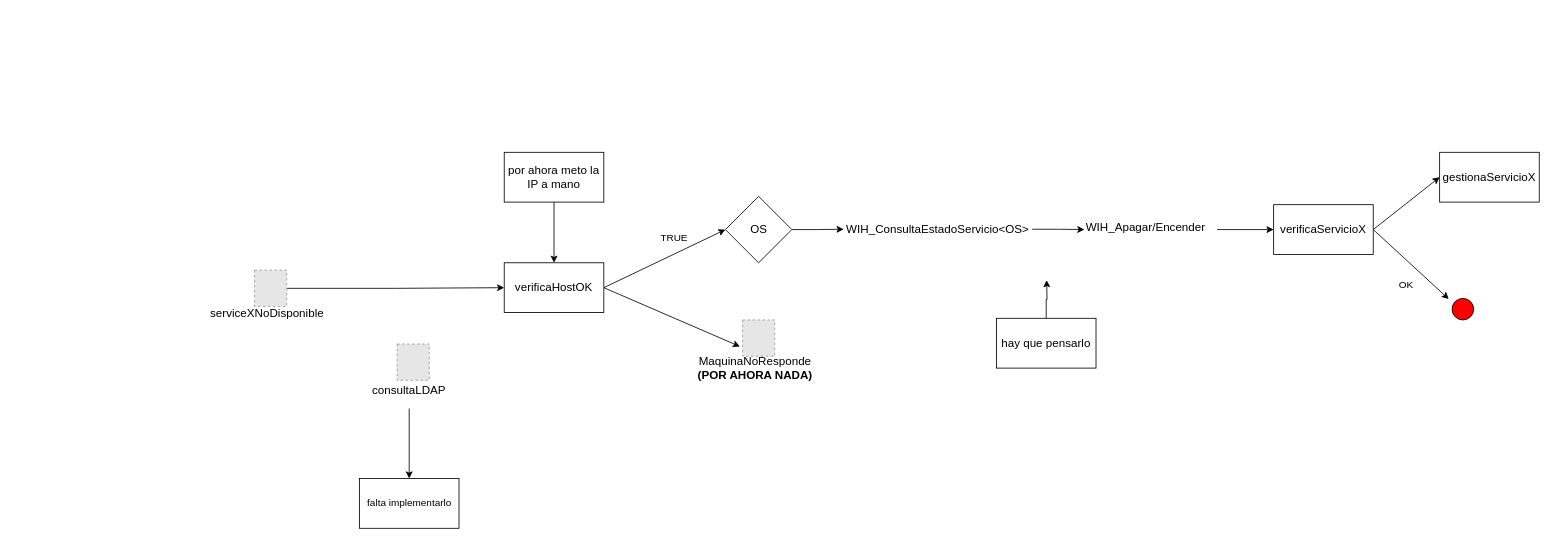
MarianaReyesH/gestionRed keeps this draw.io diagram as page "serviceXNoDisponible" (2 of 3) of esquemaProcesos.drawio. Above is the earlier version. Source tidied: cells renumbered, new cells numbered last; positions are measured from the earlier drawing's top-left corner, leaving out a move shared by most shapes. Both pictures are drawn from the tidied source at 83%, with x=0, y=0 at pixel (203, 152). Pictures stored in the file or linked from it are replaced by grey dashed boxes.
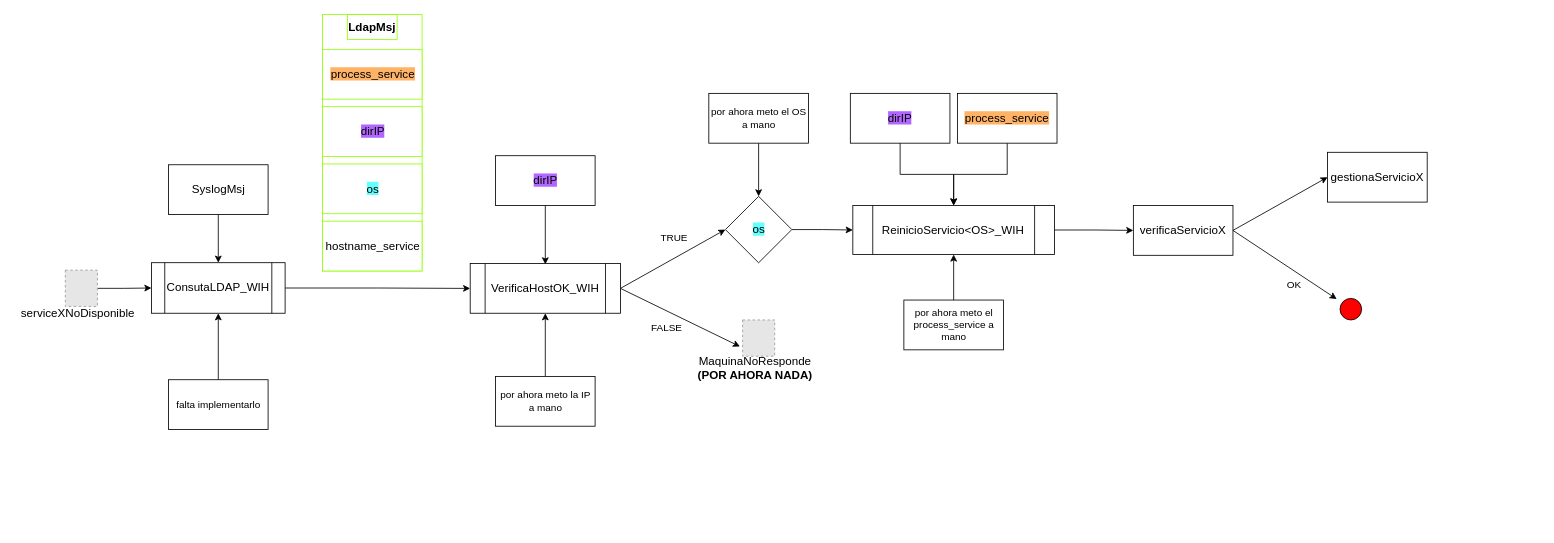
Above is the later version.

The change refers to these unchanged cells:
```xml
<mxCell id="6" value="&lt;span style=&quot;font-size: 14px;&quot;&gt;MaquinaNoResponde&lt;/span&gt;&lt;div&gt;&lt;span style=&quot;font-size: 14px;&quot;&gt;&lt;b&gt;(POR AHORA NADA)&lt;/b&gt;&lt;/span&gt;&lt;/div&gt;" style="text;html=1;align=center;verticalAlign=middle;whiteSpace=wrap;rounded=0;" parent="1" vertex="1">
  <mxGeometry x="588" y="238" width="153" height="43.1" as="geometry" />
</mxCell>
```

Change to the diagram source:
```diff
@@
-    <mxCell id="2" style="endArrow=classic;html=1;rounded=0;entryX=0;entryY=0.5;entryDx=0;entryDy=0;exitX=1;exitY=0.5;exitDx=0;exitDy=0;" parent="1" edge="1" source="26" target="12">
+    <mxCell id="2" style="endArrow=classic;html=1;rounded=0;entryX=0;entryY=0.5;entryDx=0;entryDy=0;exitX=1;exitY=0.5;exitDx=0;exitDy=0;" parent="1" edge="1" source="40" target="12">
       <mxGeometry relative="1" as="geometry" />
     </mxCell>
-    <mxCell id="3" style="edgeStyle=orthogonalEdgeStyle;rounded=0;jettySize=auto;html=1;entryX=0;entryY=0.5;entryDx=0;entryDy=0;" parent="1" edge="1" source="4" target="9">
+    <mxCell id="3" style="edgeStyle=orthogonalEdgeStyle;rounded=0;jettySize=auto;html=1;entryX=0;entryY=0.5;entryDx=0;entryDy=0;exitX=1;exitY=0.5;exitDx=0;exitDy=0;" parent="1" edge="1" source="42" target="13">
       <mxGeometry relative="1" as="geometry" />
     </mxCell>
-    <mxCell id="4" value="&lt;span style=&quot;font-size: 14px;&quot;&gt;WIH_ConsultaEstadoServicio&amp;lt;OS&amp;gt;&lt;/span&gt;" style="text;html=1;align=center;verticalAlign=middle;whiteSpace=wrap;rounded=0;" parent="1" vertex="1">
-      <mxGeometry x="771" y="71.2" width="227" height="43" as="geometry" />
-    </mxCell>
@@
-    <mxCell id="7" style="endArrow=classic;html=1;rounded=0;entryX=0.379;entryY=-0.093;entryDx=0;entryDy=0;entryPerimeter=0;exitX=1;exitY=0.5;exitDx=0;exitDy=0;" parent="1" edge="1" source="26" target="6">
+    <mxCell id="7" style="endArrow=classic;html=1;rounded=0;entryX=0.379;entryY=-0.093;entryDx=0;entryDy=0;entryPerimeter=0;exitX=1;exitY=0.5;exitDx=0;exitDy=0;" parent="1" edge="1" source="40" target="6">
       <mxGeometry relative="1" as="geometry" />
     </mxCell>
-    <mxCell id="8" style="edgeStyle=orthogonalEdgeStyle;rounded=0;jettySize=auto;html=1;entryX=0;entryY=0.5;entryDx=0;entryDy=0;" parent="1" edge="1" source="9" target="13">
-      <mxGeometry relative="1" as="geometry" />
-    </mxCell>
-    <mxCell id="9" value="&lt;span style=&quot;color: rgb(0, 0, 0); font-family: Helvetica; font-size: 14px; font-style: normal; font-variant-ligatures: normal; font-variant-caps: normal; font-weight: 400; letter-spacing: normal; orphans: 2; text-align: center; text-indent: 0px; text-transform: none; widows: 2; word-spacing: 0px; -webkit-text-stroke-width: 0px; white-space: normal; background-color: rgb(255, 255, 255); text-decoration-thickness: initial; text-decoration-style: initial; text-decoration-color: initial; display: inline !important; float: none;&quot;&gt;WIH_Apagar/Encender&lt;/span&gt;" style="text;whiteSpace=wrap;html=1;" parent="1" vertex="1">
-      <mxGeometry x="1061" y="75.2" width="160" height="35.8" as="geometry" />
-    </mxCell>
-    <mxCell id="10" style="edgeStyle=orthogonalEdgeStyle;rounded=0;jettySize=auto;html=1;entryX=0;entryY=0.5;entryDx=0;entryDy=0;" parent="1" edge="1" source="12" target="4">
+    <mxCell id="10" style="edgeStyle=orthogonalEdgeStyle;rounded=0;jettySize=auto;html=1;" parent="1" edge="1" source="12" target="42">
       <mxGeometry relative="1" as="geometry" />
     </mxCell>
@@
-    <mxCell id="12" value="&lt;span style=&quot;font-size: 14px; background-color: rgb(255, 255, 255);&quot;&gt;OS&lt;/span&gt;" style="rhombus;whiteSpace=wrap;html=1;" parent="1" vertex="1">
+    <mxCell id="12" value="&lt;span style=&quot;font-size: 14px; background-color: rgb(102, 255, 255);&quot;&gt;os&lt;/span&gt;" style="rhombus;whiteSpace=wrap;html=1;" parent="1" vertex="1">
       <mxGeometry x="628.5" y="53.1" width="80" height="80" as="geometry" />
     </mxCell>
     <mxCell id="13" value="&lt;font style=&quot;font-size: 14px;&quot;&gt;verificaServicioX&lt;/font&gt;" style="rounded=0;whiteSpace=wrap;html=1;" parent="1" vertex="1">
-      <mxGeometry x="1289" y="63.1" width="120" height="60" as="geometry" />
+      <mxGeometry x="1120" y="64.1" width="120" height="60" as="geometry" />
     </mxCell>
@@
     <mxCell id="15" style="endArrow=classic;html=1;rounded=0;entryX=0.379;entryY=-0.093;entryDx=0;entryDy=0;entryPerimeter=0;exitX=1;exitY=0.5;exitDx=0;exitDy=0;" parent="1" edge="1" source="13">
       <mxGeometry relative="1" as="geometry">
-        <mxPoint x="1500" y="176.8" as="targetPoint" />
+        <mxPoint x="1365" y="176.8" as="targetPoint" />
       </mxGeometry>
     </mxCell>
     <mxCell id="16" value="OK" style="text;html=1;align=center;verticalAlign=middle;whiteSpace=wrap;rounded=0;" parent="1" vertex="1">
-      <mxGeometry x="1419" y="145" width="60" height="30" as="geometry" />
+      <mxGeometry x="1284" y="145" width="60" height="30" as="geometry" />
     </mxCell>
     <mxCell id="17" value="&lt;font style=&quot;font-size: 14px;&quot;&gt;gestionaServicioX&lt;/font&gt;" style="rounded=0;whiteSpace=wrap;html=1;" parent="1" vertex="1">
-      <mxGeometry x="1489" width="120" height="60" as="geometry" />
+      <mxGeometry x="1354" width="120" height="60" as="geometry" />
     </mxCell>
     <mxCell id="18" style="ellipse;whiteSpace=wrap;html=1;fillColor=#FF0000;" parent="1" vertex="1">
-      <mxGeometry x="1504" y="176" width="26" height="26" as="geometry" />
+      <mxGeometry x="1369" y="176" width="26" height="26" as="geometry" />
     </mxCell>
-    <mxCell id="19" style="edgeStyle=orthogonalEdgeStyle;rounded=0;jettySize=auto;html=1;entryX=0.5;entryY=0;entryDx=0;entryDy=0;" parent="1" edge="1" source="20" target="26">
+    <mxCell id="19" style="edgeStyle=orthogonalEdgeStyle;rounded=0;jettySize=auto;html=1;entryX=0.5;entryY=0.017;entryDx=0;entryDy=0;entryPerimeter=0;" parent="1" edge="1" source="20" target="40">
       <mxGeometry relative="1" as="geometry" />
     </mxCell>
-    <mxCell id="20" value="&lt;font style=&quot;font-size: 14px;&quot;&gt;por ahora meto la IP a mano&lt;/font&gt;" style="rounded=0;whiteSpace=wrap;html=1;" parent="1" vertex="1">
-      <mxGeometry x="362" width="120" height="60" as="geometry" />
+    <mxCell id="20" value="&lt;span style=&quot;font-size: 14px; background-color: rgb(178, 102, 255);&quot;&gt;dirIP&lt;/span&gt;" style="rounded=0;whiteSpace=wrap;html=1;" parent="1" vertex="1">
+      <mxGeometry x="351.5" y="4.1" width="120" height="60" as="geometry" />
     </mxCell>
-    <mxCell id="21" style="edgeStyle=orthogonalEdgeStyle;rounded=0;jettySize=auto;html=1;entryX=0;entryY=0.5;entryDx=0;entryDy=0;" parent="1" edge="1" source="22" target="26">
-      <mxGeometry relative="1" as="geometry" />
-    </mxCell>
+    <mxCell id="31" style="edgeStyle=orthogonalEdgeStyle;rounded=0;jettySize=auto;html=1;" parent="1" edge="1" source="22" target="41">
+      <mxGeometry relative="1" as="geometry" />
+    </mxCell>
     <mxCell id="22" style="fillColor=#E6E6E6;strokeColor=#999999;dashed=1;verticalLabelPosition=bottom;labelBackgroundColor=default;verticalAlign=top;" parent="1" vertex="1">
-      <mxGeometry x="61.2" y="142" width="38.7" height="43.7" as="geometry" />
+      <mxGeometry x="-166.8" y="142" width="38.7" height="43.7" as="geometry" />
     </mxCell>
     <mxCell id="23" value="&lt;span style=&quot;font-size: 14px;&quot;&gt;serviceXNoDisponible&lt;/span&gt;" style="text;html=1;align=center;verticalAlign=middle;whiteSpace=wrap;rounded=0;" parent="1" vertex="1">
-      <mxGeometry y="172" width="153" height="43.1" as="geometry" />
+      <mxGeometry x="-228" y="172" width="153" height="43.1" as="geometry" />
     </mxCell>
-    <mxCell id="24" style="edgeStyle=orthogonalEdgeStyle;rounded=0;jettySize=auto;html=1;entryX=0.5;entryY=1;entryDx=0;entryDy=0;" parent="1" edge="1" source="25">
-      <mxGeometry relative="1" as="geometry">
-        <mxPoint x="1015.5" y="154" as="targetPoint" />
-      </mxGeometry>
-    </mxCell>
-    <mxCell id="25" value="&lt;font style=&quot;font-size: 14px;&quot;&gt;hay que pensarlo&lt;/font&gt;" style="rounded=0;whiteSpace=wrap;html=1;" parent="1" vertex="1">
-      <mxGeometry x="955" y="200" width="120" height="60" as="geometry" />
-    </mxCell>
-    <mxCell id="26" value="&lt;span style=&quot;font-size: 14px;&quot;&gt;verificaHostOK&lt;/span&gt;" style="rounded=0;whiteSpace=wrap;html=1;" parent="1" vertex="1">
-      <mxGeometry x="362" y="133.1" width="120" height="60" as="geometry" />
-    </mxCell>
-    <mxCell id="27" value="&lt;span style=&quot;font-size: 14px;&quot;&gt;consultaLDAP&lt;/span&gt;" style="text;html=1;align=center;verticalAlign=middle;whiteSpace=wrap;rounded=0;" parent="1" vertex="1">
-      <mxGeometry x="171" y="265.6" width="153" height="43.1" as="geometry" />
-    </mxCell>
-    <mxCell id="28" style="fillColor=#E6E6E6;strokeColor=#999999;dashed=1;verticalLabelPosition=bottom;labelBackgroundColor=default;verticalAlign=top;" parent="1" vertex="1">
-      <mxGeometry x="233" y="231" width="38.7" height="43.7" as="geometry" />
-    </mxCell>
+    <mxCell id="32" style="edgeStyle=orthogonalEdgeStyle;rounded=0;jettySize=auto;html=1;" parent="1" edge="1" source="41" target="40">
+      <mxGeometry relative="1" as="geometry" />
+    </mxCell>
+    <mxCell id="33" style="edgeStyle=orthogonalEdgeStyle;rounded=0;jettySize=auto;html=1;" parent="1" edge="1" source="29" target="41">
+      <mxGeometry relative="1" as="geometry" />
+    </mxCell>
     <mxCell id="29" value="falta implementarlo" style="whiteSpace=wrap;html=1;" parent="1" vertex="1">
-      <mxGeometry x="187.5" y="393" width="120" height="60" as="geometry" />
+      <mxGeometry x="-42.5" y="274" width="120" height="60" as="geometry" />
     </mxCell>
-    <mxCell id="30" style="edgeStyle=orthogonalEdgeStyle;rounded=0;jettySize=auto;html=1;" parent="1" edge="1" source="27" target="29">
-      <mxGeometry relative="1" as="geometry" />
-    </mxCell>
+    <mxCell id="34" style="group;strokeColor=#94FF08;" parent="1" vertex="1">
+      <mxGeometry x="143" y="-166" width="120" height="309" as="geometry" />
+    </mxCell>
+    <mxCell id="35" value="&lt;div style=&quot;padding: 0px 0px 0px 2px;&quot;&gt;&lt;div style=&quot;&quot;&gt;&lt;p style=&quot;margin: 0px;&quot;&gt;&lt;font style=&quot;font-size: 14px; background-color: rgb(255, 179, 102);&quot;&gt;process_service&lt;/font&gt;&lt;/p&gt;&lt;/div&gt;&lt;/div&gt;" style="rounded=0;whiteSpace=wrap;html=1;strokeColor=#94FF08;" parent="34" vertex="1">
+      <mxGeometry y="42" width="120" height="60" as="geometry" />
+    </mxCell>
+    <mxCell id="36" value="&lt;div style=&quot;padding: 0px 0px 0px 2px;&quot;&gt;&lt;div style=&quot;&quot;&gt;&lt;p style=&quot;margin: 0px;&quot;&gt;&lt;font style=&quot;font-size: 14px; background-color: rgb(178, 102, 255);&quot;&gt;dirIP&lt;/font&gt;&lt;/p&gt;&lt;/div&gt;&lt;/div&gt;" style="rounded=0;whiteSpace=wrap;html=1;strokeColor=#94FF08;" parent="34" vertex="1">
+      <mxGeometry y="111" width="120" height="60" as="geometry" />
+    </mxCell>
+    <mxCell id="37" value="&lt;div style=&quot;padding: 0px 0px 0px 2px;&quot;&gt;&lt;div style=&quot;&quot;&gt;&lt;p style=&quot;margin: 0px;&quot;&gt;&lt;font style=&quot;font-size: 14px; background-color: rgb(102, 255, 255);&quot;&gt;os&lt;/font&gt;&lt;/p&gt;&lt;/div&gt;&lt;/div&gt;" style="rounded=0;whiteSpace=wrap;html=1;strokeColor=#94FF08;fillColor=#FFFFFF;" parent="34" vertex="1">
+      <mxGeometry y="180" width="120" height="60" as="geometry" />
+    </mxCell>
+    <mxCell id="38" value="&lt;b&gt;&lt;font style=&quot;font-size: 14px;&quot;&gt;LdapMsj&lt;/font&gt;&lt;/b&gt;" style="text;html=1;align=center;verticalAlign=middle;whiteSpace=wrap;rounded=0;strokeColor=#94FF08;" parent="34" vertex="1">
+      <mxGeometry x="30" width="60" height="30" as="geometry" />
+    </mxCell>
+    <mxCell id="39" value="&lt;div style=&quot;padding: 0px 0px 0px 2px;&quot;&gt;&lt;div style=&quot;&quot;&gt;&lt;p style=&quot;margin: 0px;&quot;&gt;&lt;font style=&quot;font-size: 14px;&quot;&gt;hostname_service&lt;/font&gt;&lt;/p&gt;&lt;/div&gt;&lt;/div&gt;" style="rounded=0;whiteSpace=wrap;html=1;strokeColor=#94FF08;" parent="34" vertex="1">
+      <mxGeometry y="249" width="120" height="60" as="geometry" />
+    </mxCell>
+    <mxCell id="40" value="&lt;font style=&quot;font-size: 14px;&quot;&gt;VerificaHostOK_WIH&lt;/font&gt;" style="shape=process;whiteSpace=wrap;html=1;backgroundOutline=1;" parent="1" vertex="1">
+      <mxGeometry x="321" y="134" width="181" height="59.9" as="geometry" />
+    </mxCell>
+    <mxCell id="41" value="&lt;font style=&quot;font-size: 14px;&quot;&gt;ConsutaLDAP_WIH&lt;/font&gt;" style="shape=process;whiteSpace=wrap;html=1;backgroundOutline=1;" parent="1" vertex="1">
+      <mxGeometry x="-63" y="133" width="161" height="60.9" as="geometry" />
+    </mxCell>
+    <mxCell id="42" value="&lt;font style=&quot;font-size: 14px;&quot;&gt;ReinicioServicio&amp;lt;OS&amp;gt;_WIH&lt;/font&gt;" style="shape=process;whiteSpace=wrap;html=1;backgroundOutline=1;" parent="1" vertex="1">
+      <mxGeometry x="782" y="64.1" width="243" height="59" as="geometry" />
+    </mxCell>
+    <mxCell id="43" style="edgeStyle=orthogonalEdgeStyle;rounded=0;jettySize=auto;html=1;" parent="1" edge="1" source="44" target="40">
+      <mxGeometry relative="1" as="geometry" />
+    </mxCell>
+    <mxCell id="44" value="&lt;font style=&quot;font-size: 12px;&quot;&gt;por ahora meto la IP a mano&lt;/font&gt;" style="rounded=0;whiteSpace=wrap;html=1;" parent="1" vertex="1">
+      <mxGeometry x="351.5" y="270" width="120" height="60" as="geometry" />
+    </mxCell>
+    <mxCell id="45" value="FALSE" style="text;html=1;align=center;verticalAlign=middle;whiteSpace=wrap;rounded=0;" parent="1" vertex="1">
+      <mxGeometry x="528" y="197" width="60" height="30" as="geometry" />
+    </mxCell>
+    <mxCell id="46" style="edgeStyle=orthogonalEdgeStyle;rounded=0;jettySize=auto;html=1;entryX=0.5;entryY=0;entryDx=0;entryDy=0;" parent="1" edge="1" source="47" target="41">
+      <mxGeometry relative="1" as="geometry" />
+    </mxCell>
+    <mxCell id="47" value="&lt;font style=&quot;font-size: 14px;&quot;&gt;SyslogMsj&lt;/font&gt;" style="rounded=0;whiteSpace=wrap;html=1;" parent="1" vertex="1">
+      <mxGeometry x="-42.5" y="15" width="120" height="60" as="geometry" />
+    </mxCell>
+    <mxCell id="48" style="edgeStyle=orthogonalEdgeStyle;rounded=0;jettySize=auto;html=1;" parent="1" edge="1" source="49" target="42">
+      <mxGeometry relative="1" as="geometry" />
+    </mxCell>
+    <mxCell id="49" value="&lt;span style=&quot;font-size: 14px; background-color: rgb(255, 179, 102);&quot;&gt;process_service&lt;/span&gt;" style="rounded=0;whiteSpace=wrap;html=1;" parent="1" vertex="1">
+      <mxGeometry x="908" y="-71" width="120" height="60" as="geometry" />
+    </mxCell>
+    <mxCell id="50" style="edgeStyle=orthogonalEdgeStyle;rounded=0;jettySize=auto;html=1;" parent="1" edge="1" source="51" target="12">
+      <mxGeometry relative="1" as="geometry" />
+    </mxCell>
+    <mxCell id="51" value="&lt;font style=&quot;font-size: 12px;&quot;&gt;por ahora meto el OS a mano&lt;/font&gt;" style="rounded=0;whiteSpace=wrap;html=1;" parent="1" vertex="1">
+      <mxGeometry x="608.5" y="-71" width="120" height="60" as="geometry" />
+    </mxCell>
+    <mxCell id="52" value="&lt;span style=&quot;font-size: 14px; background-color: rgb(178, 102, 255);&quot;&gt;dirIP&lt;/span&gt;" style="rounded=0;whiteSpace=wrap;html=1;" parent="1" vertex="1">
+      <mxGeometry x="779" y="-71" width="120" height="60" as="geometry" />
+    </mxCell>
+    <mxCell id="53" style="edgeStyle=orthogonalEdgeStyle;rounded=0;jettySize=auto;html=1;" parent="1" edge="1" source="52" target="42">
+      <mxGeometry relative="1" as="geometry" />
+    </mxCell>
+    <mxCell id="54" style="edgeStyle=orthogonalEdgeStyle;rounded=0;jettySize=auto;html=1;" parent="1" edge="1" source="55" target="42">
+      <mxGeometry relative="1" as="geometry" />
+    </mxCell>
+    <mxCell id="55" value="&lt;font style=&quot;font-size: 12px;&quot;&gt;por ahora meto el process_service a mano&lt;/font&gt;" style="rounded=0;whiteSpace=wrap;html=1;" parent="1" vertex="1">
+      <mxGeometry x="843.5" y="178" width="120" height="60" as="geometry" />
+    </mxCell>
```
